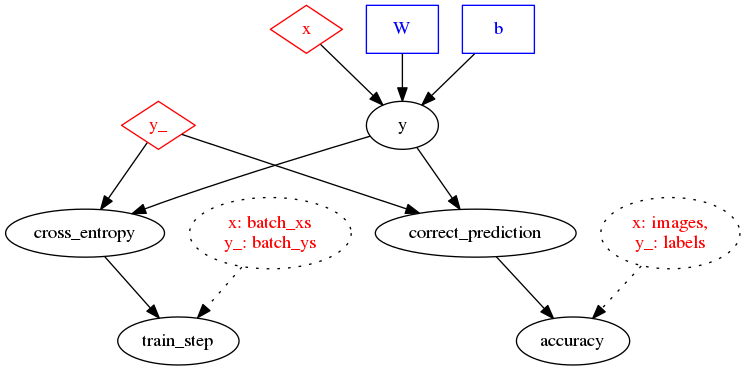
Before: tutorial_02.png, a diagram exported from Graphviz (jordibc/tensorflow_tutorial). Its source is kept beside it as tutorial_02.dot.
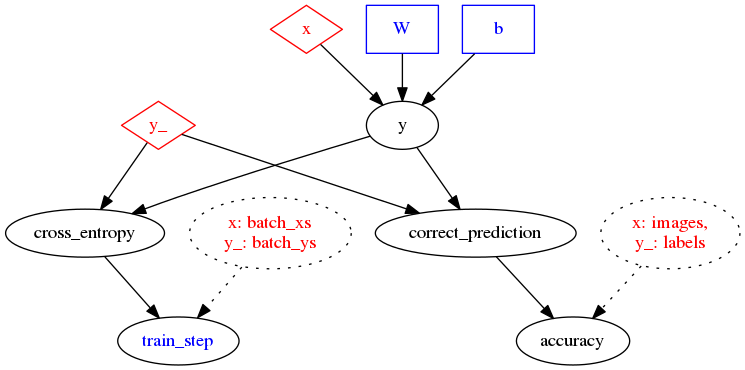
Above is the later version.

Diff of the diagram source:
```diff
@@ -3,6 +3,7 @@
   W [shape=box,color=blue,fontcolor=blue];
   b [shape=box,color=blue,fontcolor=blue];
   y_ [shape=diamond,color=red,fontcolor=red];
+  train_step [fontcolor=blue];
   x -> y;
   W -> y;
   b -> y;
```
